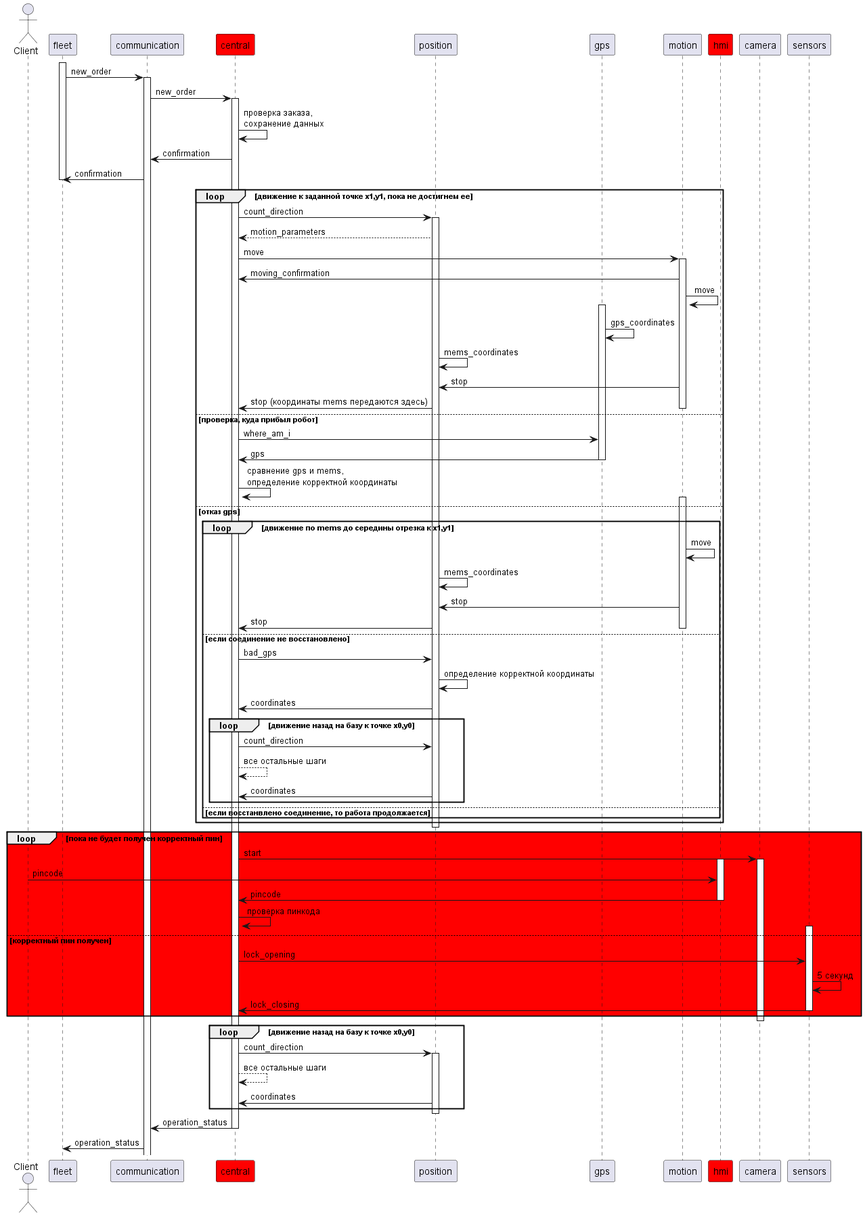
Before: pics/sd_11.png, a diagram exported from PlantUML (Fishonground/Delivery).
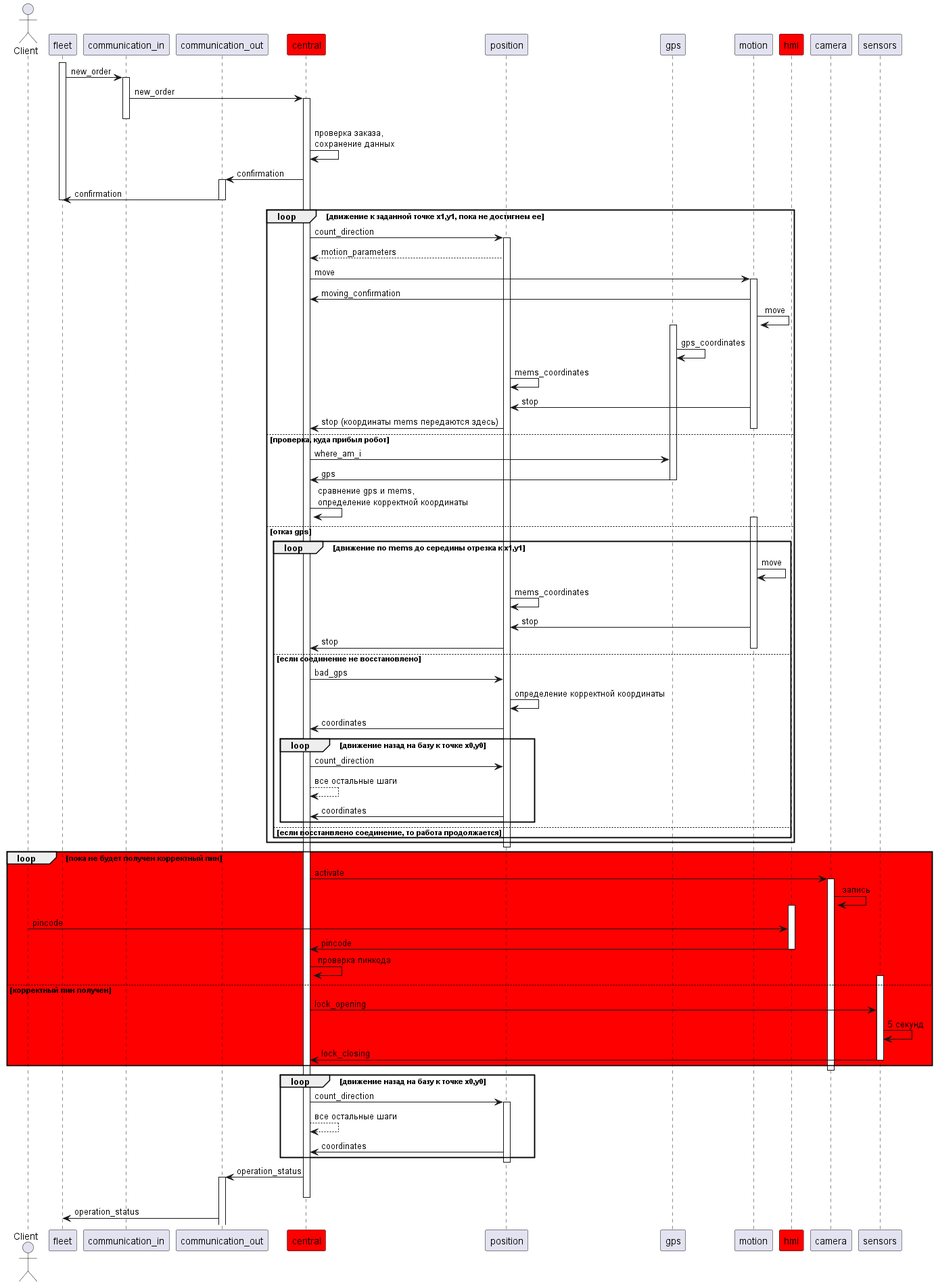
The same file after the commit.

The edit, as a diff of the source:
```diff
@@ -1,7 +1,8 @@
 @startuml
 actor "Client" as c
 participant fleet
-participant communication
+participant communication_in
+participant communication_out
 participant central #red
 participant position
 participant gps
@@ -12,11 +13,13 @@
 
 
 fleet++
-fleet -> communication++: new_order
-communication -> central++: new_order
+fleet -> communication_in++: new_order
+communication_in -> central++: new_order
+communication_in--
 central -> central: проверка заказа,\nсохранение данных
-central -> communication: confirmation
-communication -> fleet: confirmation
+central -> communication_out++: confirmation
+communication_out -> fleet: confirmation
+communication_out--
 fleet --
 loop движение к заданной точке x1,y1, пока не достигнем ее
 central -> position++: count_direction
@@ -60,7 +63,8 @@
 end
 position--
 loop #red пока не будет получен корректный пин
-central -> camera++: start
+central -> camera++: activate
+camera -> camera: запись
 hmi++
 c -> hmi: pincode
 hmi -> central: pincode
@@ -80,7 +84,7 @@
 position -> central: coordinates
 end
 position--
-central -> communication: operation_status
+central -> communication_out++: operation_status
 central--
-communication -> fleet: operation_status
+communication_out -> fleet: operation_status
 @enduml
```
